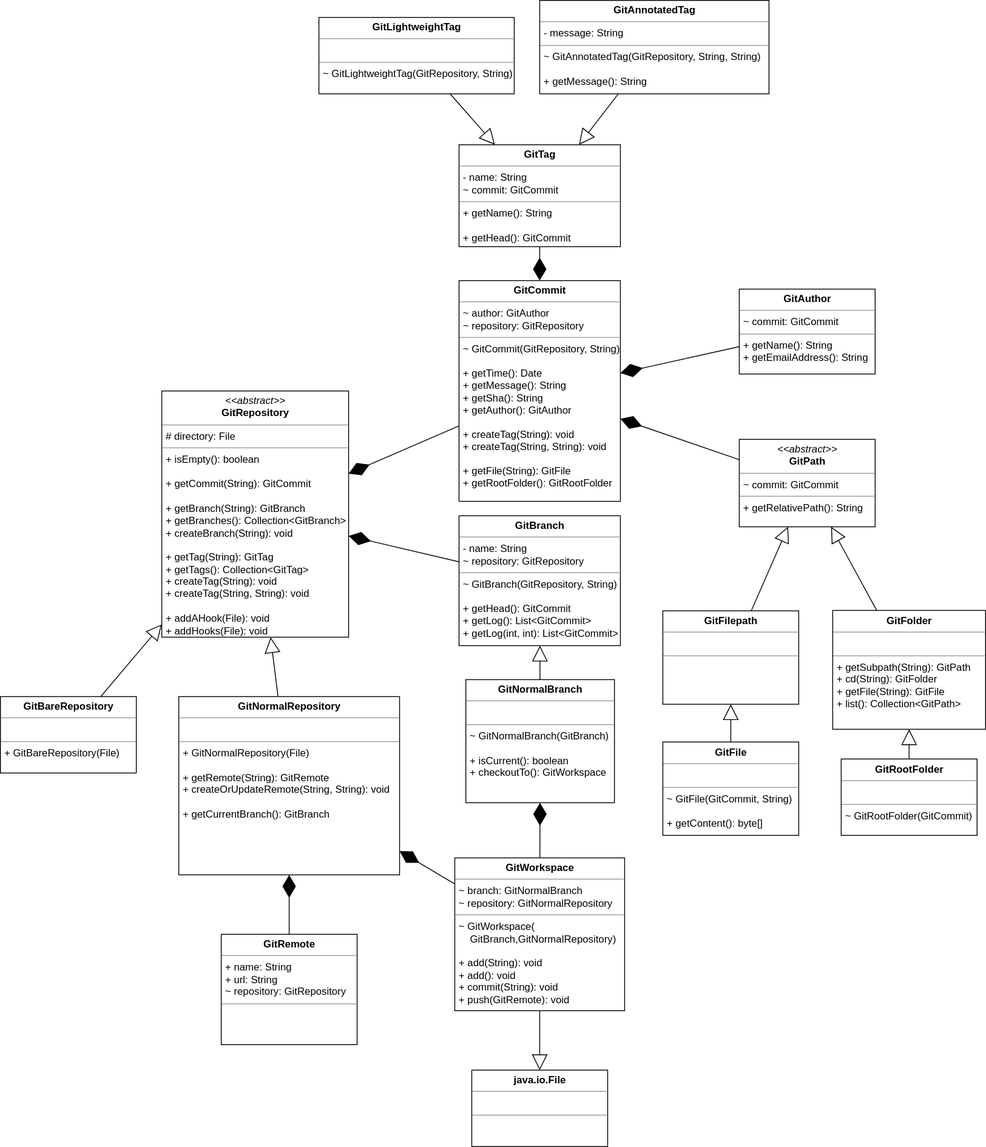
Earlier version of the draw.io export doc/design/gitar/class_uml.svg (gitenter/gitenter). Source tidied: cells renumbered, new cells last; positions are measured from the earlier drawing's top-left corner, leaving out a move shared by most shapes.
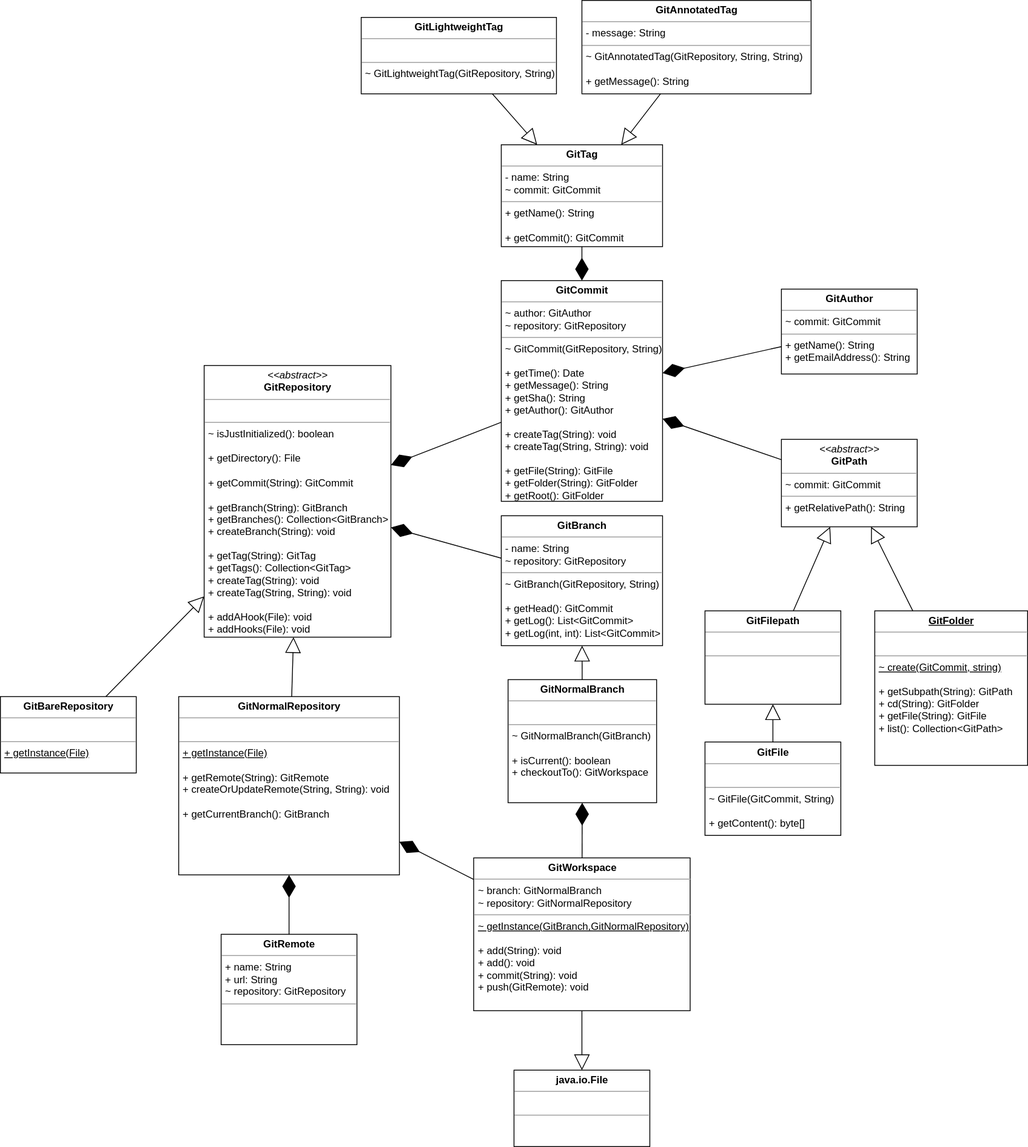
Later version of the same file.

The edit, as a diff of the source:
```diff
@@ -4,6 +4,6 @@
     <mxCell id="1" parent="0" />
-    <mxCell id="2" value="&lt;p style=&quot;margin: 0px ; margin-top: 4px ; text-align: center&quot;&gt;&lt;i&gt;&amp;lt;&amp;lt;abstract&amp;gt;&amp;gt;&lt;/i&gt;&lt;br&gt;&lt;b&gt;GitRepository&lt;/b&gt;&lt;/p&gt;&lt;hr size=&quot;1&quot;&gt;&lt;p style=&quot;margin: 0px ; margin-left: 4px&quot;&gt;# directory: File&lt;br&gt;&lt;/p&gt;&lt;hr size=&quot;1&quot;&gt;&lt;p style=&quot;margin: 0px ; margin-left: 4px&quot;&gt;&lt;span&gt;+ isEmpty(): boolean&lt;/span&gt;&lt;/p&gt;&lt;p style=&quot;margin: 0px ; margin-left: 4px&quot;&gt;&lt;span&gt;&lt;br&gt;&lt;/span&gt;&lt;/p&gt;&lt;p style=&quot;margin: 0px ; margin-left: 4px&quot;&gt;&lt;span&gt;+ getCommit(String): GitCommit&lt;/span&gt;&lt;/p&gt;&lt;p style=&quot;margin: 0px ; margin-left: 4px&quot;&gt;&lt;br&gt;&lt;/p&gt;&lt;p style=&quot;margin: 0px ; margin-left: 4px&quot;&gt;+ getBranch(String): GitBranch&lt;/p&gt;&lt;p style=&quot;margin: 0px ; margin-left: 4px&quot;&gt;+ getBranches(): Collection&amp;lt;GitBranch&amp;gt;&lt;/p&gt;&lt;p style=&quot;margin: 0px ; margin-left: 4px&quot;&gt;+ createBranch(String): void&lt;br&gt;&lt;/p&gt;&lt;p style=&quot;margin: 0px ; margin-left: 4px&quot;&gt;&lt;br&gt;&lt;/p&gt;&lt;p style=&quot;margin: 0px ; margin-left: 4px&quot;&gt;+ getTag(String): GitTag&lt;/p&gt;&lt;p style=&quot;margin: 0px ; margin-left: 4px&quot;&gt;+ getTags(): Collection&amp;lt;GitTag&amp;gt;&lt;/p&gt;&lt;p style=&quot;margin: 0px ; margin-left: 4px&quot;&gt;+ createTag(String): void&lt;/p&gt;&lt;p style=&quot;margin: 0px ; margin-left: 4px&quot;&gt;+ createTag(String, String): void&lt;/p&gt;&lt;p style=&quot;margin: 0px ; margin-left: 4px&quot;&gt;&lt;br&gt;&lt;/p&gt;&lt;p style=&quot;margin: 0px ; margin-left: 4px&quot;&gt;+ addAHook(File): void&lt;/p&gt;&lt;p style=&quot;margin: 0px ; margin-left: 4px&quot;&gt;+ addHooks(File): void&lt;/p&gt;" style="verticalAlign=top;align=left;overflow=fill;fontSize=12;fontFamily=Helvetica;html=1;" parent="1" vertex="1">
-      <mxGeometry x="190" y="460" width="220" height="290" as="geometry" />
+    <mxCell id="2" value="&lt;p style=&quot;margin: 0px ; margin-top: 4px ; text-align: center&quot;&gt;&lt;i&gt;&amp;lt;&amp;lt;abstract&amp;gt;&amp;gt;&lt;/i&gt;&lt;br&gt;&lt;b&gt;GitRepository&lt;/b&gt;&lt;/p&gt;&lt;hr size=&quot;1&quot;&gt;&lt;p style=&quot;margin: 0px ; margin-left: 4px&quot;&gt;&lt;br&gt;&lt;/p&gt;&lt;hr size=&quot;1&quot;&gt;&lt;p style=&quot;margin: 0px ; margin-left: 4px&quot;&gt;&lt;span&gt;~ isJustInitialized(): boolean&lt;/span&gt;&lt;/p&gt;&lt;p style=&quot;margin: 0px ; margin-left: 4px&quot;&gt;&lt;span&gt;&lt;br&gt;&lt;/span&gt;&lt;/p&gt;&lt;p style=&quot;margin: 0px ; margin-left: 4px&quot;&gt;&lt;span&gt;+ getDirectory(): File&lt;/span&gt;&lt;/p&gt;&lt;p style=&quot;margin: 0px ; margin-left: 4px&quot;&gt;&lt;span&gt;&lt;br&gt;&lt;/span&gt;&lt;/p&gt;&lt;p style=&quot;margin: 0px ; margin-left: 4px&quot;&gt;&lt;span&gt;+ getCommit(String): GitCommit&lt;/span&gt;&lt;/p&gt;&lt;p style=&quot;margin: 0px ; margin-left: 4px&quot;&gt;&lt;br&gt;&lt;/p&gt;&lt;p style=&quot;margin: 0px ; margin-left: 4px&quot;&gt;+ getBranch(String): GitBranch&lt;/p&gt;&lt;p style=&quot;margin: 0px ; margin-left: 4px&quot;&gt;+ getBranches(): Collection&amp;lt;GitBranch&amp;gt;&lt;/p&gt;&lt;p style=&quot;margin: 0px ; margin-left: 4px&quot;&gt;+ createBranch(String): void&lt;br&gt;&lt;/p&gt;&lt;p style=&quot;margin: 0px ; margin-left: 4px&quot;&gt;&lt;br&gt;&lt;/p&gt;&lt;p style=&quot;margin: 0px ; margin-left: 4px&quot;&gt;+ getTag(String): GitTag&lt;/p&gt;&lt;p style=&quot;margin: 0px ; margin-left: 4px&quot;&gt;+ getTags(): Collection&amp;lt;GitTag&amp;gt;&lt;/p&gt;&lt;p style=&quot;margin: 0px ; margin-left: 4px&quot;&gt;+ createTag(String): void&lt;/p&gt;&lt;p style=&quot;margin: 0px ; margin-left: 4px&quot;&gt;+ createTag(String, String): void&lt;/p&gt;&lt;p style=&quot;margin: 0px ; margin-left: 4px&quot;&gt;&lt;br&gt;&lt;/p&gt;&lt;p style=&quot;margin: 0px ; margin-left: 4px&quot;&gt;+ addAHook(File): void&lt;/p&gt;&lt;p style=&quot;margin: 0px ; margin-left: 4px&quot;&gt;+ addHooks(File): void&lt;/p&gt;" style="verticalAlign=top;align=left;overflow=fill;fontSize=12;fontFamily=Helvetica;html=1;" parent="1" vertex="1">
+      <mxGeometry x="190" y="430" width="220" height="320" as="geometry" />
     </mxCell>
-    <mxCell id="3" value="&lt;p style=&quot;margin: 0px ; margin-top: 4px ; text-align: center&quot;&gt;&lt;b&gt;GitCommit&lt;/b&gt;&lt;/p&gt;&lt;hr size=&quot;1&quot;&gt;&lt;p style=&quot;margin: 0px ; margin-left: 4px&quot;&gt;~ author: GitAuthor&lt;/p&gt;&lt;p style=&quot;margin: 0px ; margin-left: 4px&quot;&gt;~ repository: GitRepository&lt;/p&gt;&lt;hr size=&quot;1&quot;&gt;&lt;p style=&quot;margin: 0px ; margin-left: 4px&quot;&gt;~ GitCommit(GitRepository, String)&lt;/p&gt;&lt;p style=&quot;margin: 0px ; margin-left: 4px&quot;&gt;&lt;br&gt;&lt;/p&gt;&lt;p style=&quot;margin: 0px ; margin-left: 4px&quot;&gt;+ getTime(): Date&lt;/p&gt;&lt;p style=&quot;margin: 0px ; margin-left: 4px&quot;&gt;+ getMessage(): String&lt;/p&gt;&lt;p style=&quot;margin: 0px ; margin-left: 4px&quot;&gt;+ getSha(): String&lt;/p&gt;&lt;p style=&quot;margin: 0px ; margin-left: 4px&quot;&gt;+ getAuthor(): GitAuthor&lt;/p&gt;&lt;p style=&quot;margin: 0px ; margin-left: 4px&quot;&gt;&lt;br&gt;&lt;/p&gt;&lt;p style=&quot;margin: 0px ; margin-left: 4px&quot;&gt;+ createTag(String): void&lt;/p&gt;&lt;p style=&quot;margin: 0px ; margin-left: 4px&quot;&gt;+ createTag(String, String): void&lt;/p&gt;&lt;p style=&quot;margin: 0px ; margin-left: 4px&quot;&gt;&lt;br&gt;&lt;/p&gt;&lt;p style=&quot;margin: 0px ; margin-left: 4px&quot;&gt;+ getFile(String): GitFile&lt;/p&gt;&lt;p style=&quot;margin: 0px ; margin-left: 4px&quot;&gt;+ getRootFolder(): GitRootFolder&lt;/p&gt;" style="verticalAlign=top;align=left;overflow=fill;fontSize=12;fontFamily=Helvetica;html=1;" parent="1" vertex="1">
+    <mxCell id="3" value="&lt;p style=&quot;margin: 0px ; margin-top: 4px ; text-align: center&quot;&gt;&lt;b&gt;GitCommit&lt;/b&gt;&lt;/p&gt;&lt;hr size=&quot;1&quot;&gt;&lt;p style=&quot;margin: 0px ; margin-left: 4px&quot;&gt;~ author: GitAuthor&lt;/p&gt;&lt;p style=&quot;margin: 0px ; margin-left: 4px&quot;&gt;~ repository: GitRepository&lt;/p&gt;&lt;hr size=&quot;1&quot;&gt;&lt;p style=&quot;margin: 0px ; margin-left: 4px&quot;&gt;~ GitCommit(GitRepository, String)&lt;/p&gt;&lt;p style=&quot;margin: 0px ; margin-left: 4px&quot;&gt;&lt;br&gt;&lt;/p&gt;&lt;p style=&quot;margin: 0px ; margin-left: 4px&quot;&gt;+ getTime(): Date&lt;/p&gt;&lt;p style=&quot;margin: 0px ; margin-left: 4px&quot;&gt;+ getMessage(): String&lt;/p&gt;&lt;p style=&quot;margin: 0px ; margin-left: 4px&quot;&gt;+ getSha(): String&lt;/p&gt;&lt;p style=&quot;margin: 0px ; margin-left: 4px&quot;&gt;+ getAuthor(): GitAuthor&lt;/p&gt;&lt;p style=&quot;margin: 0px ; margin-left: 4px&quot;&gt;&lt;br&gt;&lt;/p&gt;&lt;p style=&quot;margin: 0px ; margin-left: 4px&quot;&gt;+ createTag(String): void&lt;/p&gt;&lt;p style=&quot;margin: 0px ; margin-left: 4px&quot;&gt;+ createTag(String, String): void&lt;/p&gt;&lt;p style=&quot;margin: 0px ; margin-left: 4px&quot;&gt;&lt;br&gt;&lt;/p&gt;&lt;p style=&quot;margin: 0px ; margin-left: 4px&quot;&gt;+ getFile(String): GitFile&lt;/p&gt;&lt;p style=&quot;margin: 0px ; margin-left: 4px&quot;&gt;+ getFolder(String): GitFolder&lt;/p&gt;&lt;p style=&quot;margin: 0px ; margin-left: 4px&quot;&gt;+ getRoot(): GitFolder&lt;/p&gt;" style="verticalAlign=top;align=left;overflow=fill;fontSize=12;fontFamily=Helvetica;html=1;" parent="1" vertex="1">
       <mxGeometry x="540" y="330" width="190" height="260" as="geometry" />
@@ -13,3 +13,3 @@
     </mxCell>
-    <mxCell id="5" value="&lt;p style=&quot;margin: 0px ; margin-top: 4px ; text-align: center&quot;&gt;&lt;b&gt;GitTag&lt;/b&gt;&lt;br&gt;&lt;/p&gt;&lt;hr size=&quot;1&quot;&gt;&lt;p style=&quot;margin: 0px ; margin-left: 4px&quot;&gt;- name: String&lt;/p&gt;&lt;p style=&quot;margin: 0px ; margin-left: 4px&quot;&gt;~ commit: GitCommit&lt;/p&gt;&lt;hr size=&quot;1&quot;&gt;&lt;p style=&quot;margin: 0px ; margin-left: 4px&quot;&gt;+ getName(): String&lt;/p&gt;&lt;p style=&quot;margin: 0px ; margin-left: 4px&quot;&gt;&lt;br&gt;&lt;/p&gt;&lt;p style=&quot;margin: 0px ; margin-left: 4px&quot;&gt;+ getHead(): GitCommit&lt;/p&gt;" style="verticalAlign=top;align=left;overflow=fill;fontSize=12;fontFamily=Helvetica;html=1;" parent="1" vertex="1">
+    <mxCell id="5" value="&lt;p style=&quot;margin: 0px ; margin-top: 4px ; text-align: center&quot;&gt;&lt;b&gt;GitTag&lt;/b&gt;&lt;br&gt;&lt;/p&gt;&lt;hr size=&quot;1&quot;&gt;&lt;p style=&quot;margin: 0px ; margin-left: 4px&quot;&gt;- name: String&lt;/p&gt;&lt;p style=&quot;margin: 0px ; margin-left: 4px&quot;&gt;~ commit: GitCommit&lt;/p&gt;&lt;hr size=&quot;1&quot;&gt;&lt;p style=&quot;margin: 0px ; margin-left: 4px&quot;&gt;+ getName(): String&lt;/p&gt;&lt;p style=&quot;margin: 0px ; margin-left: 4px&quot;&gt;&lt;br&gt;&lt;/p&gt;&lt;p style=&quot;margin: 0px ; margin-left: 4px&quot;&gt;+ getCommit(): GitCommit&lt;/p&gt;" style="verticalAlign=top;align=left;overflow=fill;fontSize=12;fontFamily=Helvetica;html=1;" parent="1" vertex="1">
       <mxGeometry x="540" y="170" width="190" height="120" as="geometry" />
@@ -22,4 +22,4 @@
     </mxCell>
-    <mxCell id="8" value="&lt;p style=&quot;margin: 0px ; margin-top: 4px ; text-align: center&quot;&gt;&lt;b&gt;GitBareRepository&lt;/b&gt;&lt;/p&gt;&lt;hr size=&quot;1&quot;&gt;&lt;p style=&quot;margin: 0px ; margin-left: 4px&quot;&gt;&lt;br&gt;&lt;/p&gt;&lt;hr size=&quot;1&quot;&gt;&lt;p style=&quot;margin: 0px ; margin-left: 4px&quot;&gt;+ GitBareRepository(File)&lt;/p&gt;" style="verticalAlign=top;align=left;overflow=fill;fontSize=12;fontFamily=Helvetica;html=1;" parent="1" vertex="1">
-      <mxGeometry y="820" width="160" height="90" as="geometry" />
+    <mxCell id="8" value="&lt;p style=&quot;margin: 0px ; margin-top: 4px ; text-align: center&quot;&gt;&lt;b&gt;GitBareRepository&lt;/b&gt;&lt;/p&gt;&lt;hr size=&quot;1&quot;&gt;&lt;p style=&quot;margin: 0px ; margin-left: 4px&quot;&gt;&lt;br&gt;&lt;/p&gt;&lt;hr size=&quot;1&quot;&gt;&lt;p style=&quot;margin: 0px ; margin-left: 4px&quot;&gt;&lt;u&gt;+ getInstance(File)&lt;/u&gt;&lt;/p&gt;" style="verticalAlign=top;align=left;overflow=fill;fontSize=12;fontFamily=Helvetica;html=1;" parent="1" vertex="1">
+      <mxGeometry x="-50" y="820" width="160" height="90" as="geometry" />
     </mxCell>
@@ -28,4 +28,4 @@
     </mxCell>
-    <mxCell id="10" value="&lt;p style=&quot;margin: 0px ; margin-top: 4px ; text-align: center&quot;&gt;&lt;b&gt;GitNormalRepository&lt;/b&gt;&lt;/p&gt;&lt;hr size=&quot;1&quot;&gt;&lt;p style=&quot;margin: 0px ; margin-left: 4px&quot;&gt;&lt;br&gt;&lt;/p&gt;&lt;hr size=&quot;1&quot;&gt;&lt;p style=&quot;margin: 0px ; margin-left: 4px&quot;&gt;+ GitNormalRepository(File)&lt;/p&gt;&lt;p style=&quot;margin: 0px ; margin-left: 4px&quot;&gt;&lt;br&gt;&lt;/p&gt;&lt;p style=&quot;margin: 0px ; margin-left: 4px&quot;&gt;+ getRemote(String): GitRemote&lt;/p&gt;&lt;p style=&quot;margin: 0px ; margin-left: 4px&quot;&gt;+ createOrUpdateRemote(String, String): void&lt;br&gt;&lt;/p&gt;&lt;p style=&quot;margin: 0px ; margin-left: 4px&quot;&gt;&lt;br&gt;&lt;/p&gt;&lt;p style=&quot;margin: 0px ; margin-left: 4px&quot;&gt;+ getCurrentBranch(): GitBranch&lt;/p&gt;" style="verticalAlign=top;align=left;overflow=fill;fontSize=12;fontFamily=Helvetica;html=1;" parent="1" vertex="1">
-      <mxGeometry x="210" y="820" width="260" height="210" as="geometry" />
+    <mxCell id="10" value="&lt;p style=&quot;margin: 0px ; margin-top: 4px ; text-align: center&quot;&gt;&lt;b&gt;GitNormalRepository&lt;/b&gt;&lt;/p&gt;&lt;hr size=&quot;1&quot;&gt;&lt;p style=&quot;margin: 0px ; margin-left: 4px&quot;&gt;&lt;br&gt;&lt;/p&gt;&lt;hr size=&quot;1&quot;&gt;&lt;p style=&quot;margin: 0px ; margin-left: 4px&quot;&gt;&lt;u&gt;+ getInstance(File)&lt;/u&gt;&lt;/p&gt;&lt;p style=&quot;margin: 0px ; margin-left: 4px&quot;&gt;&lt;br&gt;&lt;/p&gt;&lt;p style=&quot;margin: 0px ; margin-left: 4px&quot;&gt;+ getRemote(String): GitRemote&lt;/p&gt;&lt;p style=&quot;margin: 0px ; margin-left: 4px&quot;&gt;+ createOrUpdateRemote(String, String): void&lt;br&gt;&lt;/p&gt;&lt;p style=&quot;margin: 0px ; margin-left: 4px&quot;&gt;&lt;br&gt;&lt;/p&gt;&lt;p style=&quot;margin: 0px ; margin-left: 4px&quot;&gt;+ getCurrentBranch(): GitBranch&lt;/p&gt;" style="verticalAlign=top;align=left;overflow=fill;fontSize=12;fontFamily=Helvetica;html=1;" parent="1" vertex="1">
+      <mxGeometry x="160" y="820" width="260" height="210" as="geometry" />
     </mxCell>
@@ -43,8 +43,5 @@
     </mxCell>
-    <mxCell id="15" value="&lt;p style=&quot;margin: 0px ; margin-top: 4px ; text-align: center&quot;&gt;&lt;b&gt;GitFolder&lt;/b&gt;&lt;/p&gt;&lt;hr size=&quot;1&quot;&gt;&lt;p style=&quot;margin: 0px ; margin-left: 4px&quot;&gt;&lt;br&gt;&lt;/p&gt;&lt;hr size=&quot;1&quot;&gt;&lt;p style=&quot;margin: 0px ; margin-left: 4px&quot;&gt;&lt;span&gt;+ getSubpath(String): GitPath&lt;/span&gt;&lt;/p&gt;&lt;p style=&quot;margin: 0px ; margin-left: 4px&quot;&gt;+ cd(String): GitFolder&lt;/p&gt;&lt;p style=&quot;margin: 0px ; margin-left: 4px&quot;&gt;+ getFile(String): GitFile&lt;/p&gt;&lt;p style=&quot;margin: 0px ; margin-left: 4px&quot;&gt;&lt;span&gt;+ list(): Collection&amp;lt;GitPath&amp;gt;&lt;/span&gt;&lt;/p&gt;" style="verticalAlign=top;align=left;overflow=fill;fontSize=12;fontFamily=Helvetica;html=1;" parent="1" vertex="1">
-      <mxGeometry x="980" y="718.5" width="180" height="140" as="geometry" />
+    <mxCell id="15" value="&lt;p style=&quot;margin: 0px ; margin-top: 4px ; text-align: center&quot;&gt;&lt;b&gt;&lt;u&gt;GitFolder&lt;/u&gt;&lt;/b&gt;&lt;/p&gt;&lt;hr size=&quot;1&quot;&gt;&lt;p style=&quot;margin: 0px ; margin-left: 4px&quot;&gt;&lt;u&gt;&lt;br&gt;&lt;/u&gt;&lt;/p&gt;&lt;hr size=&quot;1&quot;&gt;&lt;p style=&quot;margin: 0px ; margin-left: 4px&quot;&gt;&lt;span&gt;&lt;u&gt;~ create(GitCommit, string)&lt;/u&gt;&lt;/span&gt;&lt;/p&gt;&lt;p style=&quot;margin: 0px ; margin-left: 4px&quot;&gt;&lt;span&gt;&lt;br&gt;&lt;/span&gt;&lt;/p&gt;&lt;p style=&quot;margin: 0px ; margin-left: 4px&quot;&gt;&lt;span&gt;+ getSubpath(String): GitPath&lt;/span&gt;&lt;/p&gt;&lt;p style=&quot;margin: 0px ; margin-left: 4px&quot;&gt;+ cd(String): GitFolder&lt;/p&gt;&lt;p style=&quot;margin: 0px ; margin-left: 4px&quot;&gt;+ getFile(String): GitFile&lt;/p&gt;&lt;p style=&quot;margin: 0px ; margin-left: 4px&quot;&gt;&lt;span&gt;+ list(): Collection&amp;lt;GitPath&amp;gt;&lt;/span&gt;&lt;/p&gt;" style="verticalAlign=top;align=left;overflow=fill;fontSize=12;fontFamily=Helvetica;html=1;" parent="1" vertex="1">
+      <mxGeometry x="980" y="719" width="180" height="182" as="geometry" />
     </mxCell>
-    <mxCell id="16" value="&lt;p style=&quot;margin: 0px ; margin-top: 4px ; text-align: center&quot;&gt;&lt;b&gt;GitRootFolder&lt;/b&gt;&lt;/p&gt;&lt;hr size=&quot;1&quot;&gt;&lt;p style=&quot;margin: 0px ; margin-left: 4px&quot;&gt;&lt;br&gt;&lt;/p&gt;&lt;hr size=&quot;1&quot;&gt;&lt;p style=&quot;margin: 0px ; margin-left: 4px&quot;&gt;~ GitRootFolder(GitCommit)&lt;/p&gt;" style="verticalAlign=top;align=left;overflow=fill;fontSize=12;fontFamily=Helvetica;html=1;" parent="1" vertex="1">
-      <mxGeometry x="990" y="893.5" width="160" height="90" as="geometry" />
-    </mxCell>
     <mxCell id="17" style="endArrow=block;endSize=16;endFill=0;html=1;strokeColor=#000000;strokeWidth=1;fontSize=16;" parent="1" edge="1" source="14" target="12">
@@ -55,7 +52,4 @@
     </mxCell>
-    <mxCell id="19" style="endArrow=block;endSize=16;endFill=0;html=1;strokeColor=#000000;strokeWidth=1;fontSize=16;" parent="1" edge="1" source="16" target="15">
-      <mxGeometry relative="1" as="geometry" />
-    </mxCell>
-    <mxCell id="20" value="&lt;p style=&quot;margin: 0px ; margin-top: 4px ; text-align: center&quot;&gt;&lt;b&gt;GitWorkspace&lt;/b&gt;&lt;/p&gt;&lt;hr size=&quot;1&quot;&gt;&lt;p style=&quot;margin: 0px ; margin-left: 4px&quot;&gt;~ branch: GitNormalBranch&lt;/p&gt;&lt;p style=&quot;margin: 0px ; margin-left: 4px&quot;&gt;~ repository: GitNormalRepository&lt;/p&gt;&lt;hr size=&quot;1&quot;&gt;&lt;p style=&quot;margin: 0px ; margin-left: 4px&quot;&gt;~ GitWorkspace(&lt;/p&gt;&lt;p style=&quot;margin: 0px ; margin-left: 4px&quot;&gt;&amp;nbsp; &amp;nbsp; GitBranch,GitNormalRepository)&lt;/p&gt;&lt;p style=&quot;margin: 0px ; margin-left: 4px&quot;&gt;&lt;br&gt;&lt;/p&gt;&lt;p style=&quot;margin: 0px ; margin-left: 4px&quot;&gt;+ add(String&lt;span&gt;): void&lt;/span&gt;&lt;/p&gt;&lt;p style=&quot;margin: 0px ; margin-left: 4px&quot;&gt;&lt;span&gt;+ add(): void&lt;/span&gt;&lt;/p&gt;&lt;p style=&quot;margin: 0px ; margin-left: 4px&quot;&gt;&lt;span&gt;+ commit(String): void&lt;/span&gt;&lt;/p&gt;&lt;p style=&quot;margin: 0px ; margin-left: 4px&quot;&gt;&lt;span&gt;+ push(GitRemote): void&lt;/span&gt;&lt;/p&gt;" style="verticalAlign=top;align=left;overflow=fill;fontSize=12;fontFamily=Helvetica;html=1;" parent="1" vertex="1">
-      <mxGeometry x="535" y="1010" width="200" height="180" as="geometry" />
+    <mxCell id="20" value="&lt;p style=&quot;margin: 0px ; margin-top: 4px ; text-align: center&quot;&gt;&lt;b&gt;GitWorkspace&lt;/b&gt;&lt;/p&gt;&lt;hr size=&quot;1&quot;&gt;&lt;p style=&quot;margin: 0px ; margin-left: 4px&quot;&gt;~ branch: GitNormalBranch&lt;/p&gt;&lt;p style=&quot;margin: 0px ; margin-left: 4px&quot;&gt;~ repository: GitNormalRepository&lt;/p&gt;&lt;hr size=&quot;1&quot;&gt;&lt;p style=&quot;margin: 0px ; margin-left: 4px&quot;&gt;&lt;u&gt;~ getInstance(&lt;span&gt;GitBranch,GitNormalRepository)&lt;/span&gt;&lt;/u&gt;&lt;/p&gt;&lt;p style=&quot;margin: 0px ; margin-left: 4px&quot;&gt;&lt;br&gt;&lt;/p&gt;&lt;p style=&quot;margin: 0px ; margin-left: 4px&quot;&gt;+ add(String&lt;span&gt;): void&lt;/span&gt;&lt;/p&gt;&lt;p style=&quot;margin: 0px ; margin-left: 4px&quot;&gt;&lt;span&gt;+ add(): void&lt;/span&gt;&lt;/p&gt;&lt;p style=&quot;margin: 0px ; margin-left: 4px&quot;&gt;&lt;span&gt;+ commit(String): void&lt;/span&gt;&lt;/p&gt;&lt;p style=&quot;margin: 0px ; margin-left: 4px&quot;&gt;&lt;span&gt;+ push(GitRemote): void&lt;/span&gt;&lt;/p&gt;" style="verticalAlign=top;align=left;overflow=fill;fontSize=12;fontFamily=Helvetica;html=1;" parent="1" vertex="1">
+      <mxGeometry x="507.5" y="1010" width="255" height="180" as="geometry" />
     </mxCell>
@@ -74,3 +68,3 @@
     <mxCell id="25" value="&lt;p style=&quot;margin: 0px ; margin-top: 4px ; text-align: center&quot;&gt;&lt;b&gt;GitRemote&lt;/b&gt;&lt;/p&gt;&lt;hr size=&quot;1&quot;&gt;&lt;p style=&quot;margin: 0px ; margin-left: 4px&quot;&gt;+ name: String&lt;/p&gt;&lt;p style=&quot;margin: 0px ; margin-left: 4px&quot;&gt;+ url: String&lt;/p&gt;&lt;p style=&quot;margin: 0px ; margin-left: 4px&quot;&gt;~ repository: GitRepository&lt;/p&gt;&lt;hr size=&quot;1&quot;&gt;&lt;p style=&quot;margin: 0px ; margin-left: 4px&quot;&gt;&lt;br&gt;&lt;/p&gt;" style="verticalAlign=top;align=left;overflow=fill;fontSize=12;fontFamily=Helvetica;html=1;" parent="1" vertex="1">
-      <mxGeometry x="260" y="1100" width="160" height="130" as="geometry" />
+      <mxGeometry x="210" y="1100" width="160" height="130" as="geometry" />
     </mxCell>
```
